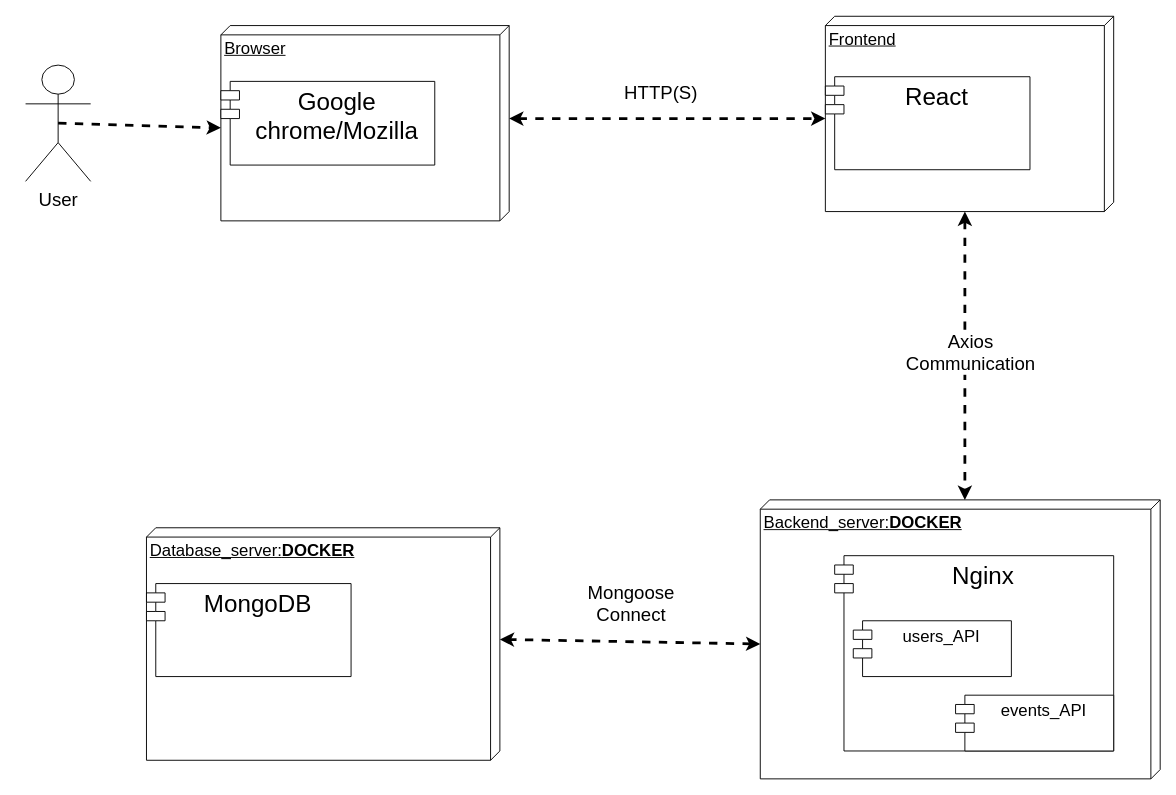
This is page "Comunicación" (2 of 6) of Diagramas/Diagramas.drawio from Gr4ykt/Proyecto-La-Pica-De-La-Isa, a draw.io file, before an edit. Source tidied: cells renumbered, new cells numbered last; positions are measured from the earlier drawing's top-left corner, leaving out a move shared by most shapes. Both pictures are drawn from the tidied source at 93%, with x=0, y=0 at pixel (25, 16).
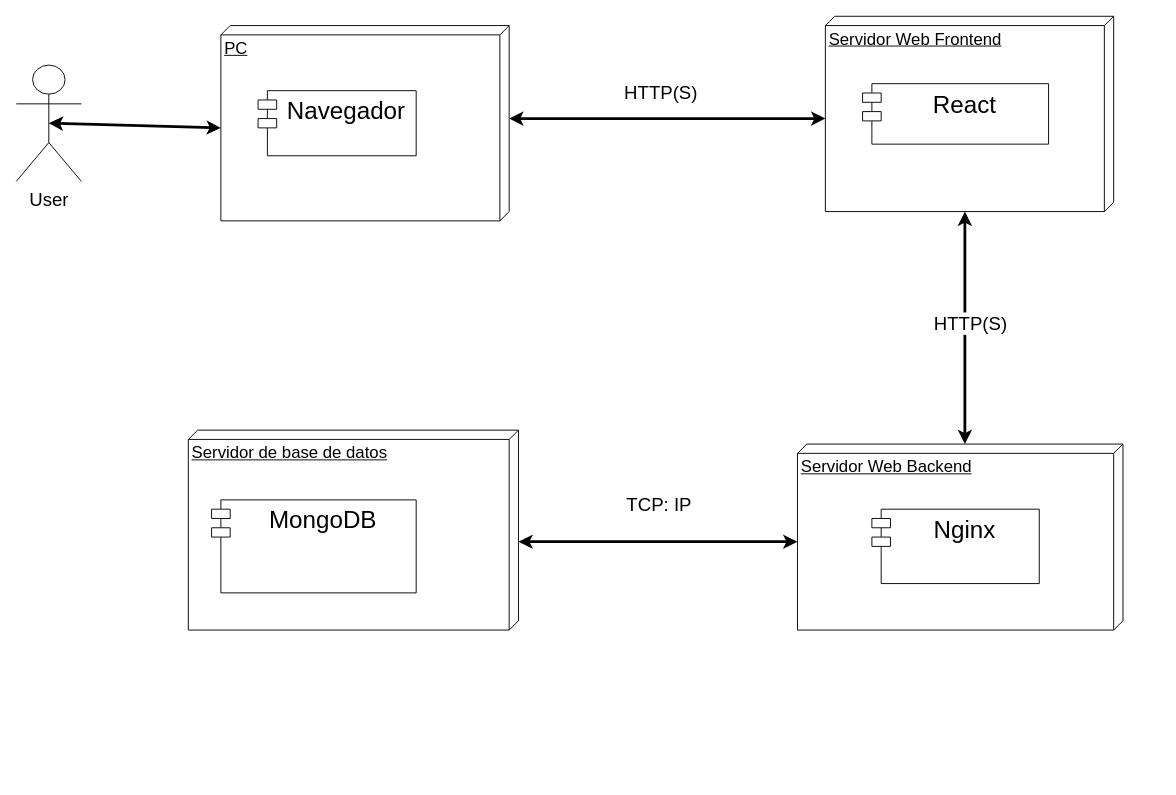
After the change.

Diff of the diagram source:
```diff
@@
     <mxCell id="2" value="&lt;font style=&quot;font-size: 20px;&quot;&gt;User&lt;/font&gt;" style="shape=umlActor;verticalLabelPosition=bottom;verticalAlign=top;html=1;" parent="1" vertex="1">
-      <mxGeometry y="52.5" width="70" height="125" as="geometry" />
+      <mxGeometry x="-10" y="52.5" width="70" height="125" as="geometry" />
     </mxCell>
-    <mxCell id="3" value="&lt;font style=&quot;font-size: 18px;&quot;&gt;Browser&lt;/font&gt;" style="verticalAlign=top;align=left;spacingTop=8;spacingLeft=2;spacingRight=12;shape=cube;size=10;direction=south;fontStyle=4;html=1;whiteSpace=wrap;" parent="1" vertex="1">
+    <mxCell id="3" value="&lt;font style=&quot;font-size: 18px;&quot;&gt;PC&lt;/font&gt;" style="verticalAlign=top;align=left;spacingTop=8;spacingLeft=2;spacingRight=12;shape=cube;size=10;direction=south;fontStyle=4;html=1;whiteSpace=wrap;" parent="1" vertex="1">
       <mxGeometry x="210" y="10" width="310" height="210" as="geometry" />
     </mxCell>
-    <mxCell id="4" value="&lt;font style=&quot;font-size: 18px;&quot;&gt;Backend_server:&lt;b&gt;DOCKER&lt;/b&gt;&lt;/font&gt;" style="verticalAlign=top;align=left;spacingTop=8;spacingLeft=2;spacingRight=12;shape=cube;size=10;direction=south;fontStyle=4;html=1;whiteSpace=wrap;" parent="1" vertex="1">
-      <mxGeometry x="790" y="520" width="430" height="300" as="geometry" />
+    <mxCell id="4" value="&lt;span style=&quot;font-size: 18px;&quot;&gt;Servidor Web Backend&lt;/span&gt;" style="verticalAlign=top;align=left;spacingTop=8;spacingLeft=2;spacingRight=12;shape=cube;size=10;direction=south;fontStyle=4;html=1;whiteSpace=wrap;" parent="1" vertex="1">
+      <mxGeometry x="830" y="460" width="350" height="200" as="geometry" />
     </mxCell>
-    <mxCell id="5" value="&lt;font style=&quot;font-size: 18px;&quot;&gt;Database_server:&lt;b&gt;DOCKER&lt;/b&gt;&lt;/font&gt;" style="verticalAlign=top;align=left;spacingTop=8;spacingLeft=2;spacingRight=12;shape=cube;size=10;direction=south;fontStyle=4;html=1;whiteSpace=wrap;" parent="1" vertex="1">
-      <mxGeometry x="130" y="550" width="380" height="250" as="geometry" />
+    <mxCell id="5" value="&lt;span style=&quot;font-size: 18px;&quot;&gt;Servidor de base de datos&lt;/span&gt;" style="verticalAlign=top;align=left;spacingTop=8;spacingLeft=2;spacingRight=12;shape=cube;size=10;direction=south;fontStyle=4;html=1;whiteSpace=wrap;" parent="1" vertex="1">
+      <mxGeometry x="175" y="445" width="355" height="215" as="geometry" />
     </mxCell>
-    <mxCell id="6" value="&lt;font style=&quot;font-size: 18px;&quot;&gt;Frontend&lt;/font&gt;" style="verticalAlign=top;align=left;spacingTop=8;spacingLeft=2;spacingRight=12;shape=cube;size=10;direction=south;fontStyle=4;html=1;whiteSpace=wrap;" parent="1" vertex="1">
+    <mxCell id="6" value="&lt;span style=&quot;font-size: 18px;&quot;&gt;Servidor Web Frontend&lt;/span&gt;" style="verticalAlign=top;align=left;spacingTop=8;spacingLeft=2;spacingRight=12;shape=cube;size=10;direction=south;fontStyle=4;html=1;whiteSpace=wrap;" parent="1" vertex="1">
       <mxGeometry x="860" width="310" height="210" as="geometry" />
     </mxCell>
     <mxCell id="7" value="&lt;font style=&quot;color: light-dark(rgb(0, 0, 0), rgb(0, 0, 0)); font-size: 26px;&quot;&gt;Nginx&lt;/font&gt;" style="shape=module;align=left;spacingLeft=20;align=center;verticalAlign=top;whiteSpace=wrap;html=1;fillColor=light-dark(#FFFFFF, #b36184);" parent="1" vertex="1">
-      <mxGeometry x="870" y="580" width="300" height="210" as="geometry" />
+      <mxGeometry x="910" y="530" width="180" height="80" as="geometry" />
     </mxCell>
-    <mxCell id="8" style="edgeStyle=none;html=1;exitX=0;exitY=0;exitDx=155;exitDy=430;exitPerimeter=0;entryX=0;entryY=0;entryDx=120;entryDy=0;entryPerimeter=0;startArrow=classic;startFill=1;strokeWidth=3;dashed=1;" parent="1" edge="1" source="4" target="5">
+    <mxCell id="8" style="edgeStyle=none;html=1;exitX=0;exitY=0;exitDx=105;exitDy=350;exitPerimeter=0;entryX=0;entryY=0;entryDx=120;entryDy=0;entryPerimeter=0;startArrow=classic;startFill=1;strokeWidth=3;" parent="1" edge="1" source="4" target="5">
       <mxGeometry relative="1" as="geometry" />
     </mxCell>
-    <mxCell id="9" value="&lt;font style=&quot;font-size: 20px;&quot;&gt;Mongoose&lt;/font&gt;&lt;div&gt;&lt;font style=&quot;font-size: 20px;&quot;&gt;Connect&lt;/font&gt;&lt;/div&gt;" style="edgeLabel;html=1;align=center;verticalAlign=middle;" parent="8" vertex="1">
+    <mxCell id="9" value="&lt;span style=&quot;font-size: 20px;&quot;&gt;TCP: IP&lt;/span&gt;" style="edgeLabel;html=1;align=center;verticalAlign=middle;" parent="8" vertex="1">
       <mxGeometry x="0.04" y="-7" relative="1" as="geometry">
         <mxPoint x="6" y="-35" as="offset" />
       </mxGeometry>
     </mxCell>
-    <mxCell id="10" style="edgeStyle=none;html=1;exitX=0.5;exitY=0.5;exitDx=0;exitDy=0;exitPerimeter=0;entryX=0;entryY=0;entryDx=110;entryDy=310;entryPerimeter=0;strokeWidth=3;dashed=1;" parent="1" edge="1" source="2" target="3">
+    <mxCell id="10" style="edgeStyle=none;html=1;exitX=0.5;exitY=0.5;exitDx=0;exitDy=0;exitPerimeter=0;entryX=0;entryY=0;entryDx=110;entryDy=310;entryPerimeter=0;strokeWidth=3;startArrow=classic;startFill=1;" parent="1" edge="1" source="2" target="3">
       <mxGeometry relative="1" as="geometry" />
     </mxCell>
-    <mxCell id="11" style="edgeStyle=none;html=1;exitX=0;exitY=0;exitDx=100;exitDy=0;exitPerimeter=0;entryX=0;entryY=0;entryDx=110;entryDy=310;entryPerimeter=0;strokeWidth=3;dashed=1;startArrow=classic;startFill=1;" parent="1" edge="1" source="3" target="6">
+    <mxCell id="11" style="edgeStyle=none;html=1;exitX=0;exitY=0;exitDx=100;exitDy=0;exitPerimeter=0;entryX=0;entryY=0;entryDx=110;entryDy=310;entryPerimeter=0;strokeWidth=3;startArrow=classic;startFill=1;" parent="1" edge="1" source="3" target="6">
       <mxGeometry relative="1" as="geometry" />
     </mxCell>
@@
-    <mxCell id="13" value="&lt;span style=&quot;font-size: 18px;&quot;&gt;users_API&lt;/span&gt;" style="shape=module;align=left;spacingLeft=20;align=center;verticalAlign=top;whiteSpace=wrap;html=1;" parent="1" vertex="1">
-      <mxGeometry x="890" y="650" width="170" height="60" as="geometry" />
-    </mxCell>
-    <mxCell id="14" value="&lt;span style=&quot;font-size: 18px;&quot;&gt;events_API&lt;/span&gt;" style="shape=module;align=left;spacingLeft=20;align=center;verticalAlign=top;whiteSpace=wrap;html=1;" parent="1" vertex="1">
-      <mxGeometry x="1000" y="730" width="170" height="60" as="geometry" />
-    </mxCell>
-    <mxCell id="15" style="edgeStyle=none;html=1;exitX=0;exitY=0;exitDx=210;exitDy=160;exitPerimeter=0;entryX=0;entryY=0;entryDx=0;entryDy=210;entryPerimeter=0;strokeWidth=3;dashed=1;startArrow=classic;startFill=1;" parent="1" edge="1" source="6" target="4">
+    <mxCell id="15" style="edgeStyle=none;html=1;exitX=0;exitY=0;exitDx=210;exitDy=160;exitPerimeter=0;entryX=0;entryY=0;entryDx=0;entryDy=170;entryPerimeter=0;strokeWidth=3;startArrow=classic;startFill=1;" parent="1" edge="1" source="6" target="4">
       <mxGeometry relative="1" as="geometry" />
     </mxCell>
-    <mxCell id="16" value="&lt;font style=&quot;font-size: 20px;&quot;&gt;Axios&lt;/font&gt;&lt;div&gt;&lt;span style=&quot;font-size: 20px;&quot;&gt;Communication&lt;/span&gt;&lt;/div&gt;" style="edgeLabel;html=1;align=center;verticalAlign=middle;" parent="15" vertex="1">
+    <mxCell id="16" value="&lt;span style=&quot;font-size: 20px;&quot;&gt;HTTP(S)&lt;/span&gt;" style="edgeLabel;html=1;align=center;verticalAlign=middle;" parent="15" vertex="1">
       <mxGeometry x="0.04" relative="1" as="geometry">
         <mxPoint x="5" y="-11" as="offset" />
       </mxGeometry>
     </mxCell>
     <mxCell id="17" value="&lt;font style=&quot;color: light-dark(rgb(0, 0, 0), rgb(0, 0, 0)); font-size: 26px;&quot;&gt;MongoDB&lt;/font&gt;" style="shape=module;align=left;spacingLeft=20;align=center;verticalAlign=top;whiteSpace=wrap;html=1;fillColor=light-dark(#FFFFFF, #b36184);" parent="1" vertex="1">
-      <mxGeometry x="130" y="610" width="220" height="100" as="geometry" />
+      <mxGeometry x="200" y="520" width="220" height="100" as="geometry" />
     </mxCell>
-    <mxCell id="18" value="&lt;font style=&quot;color: light-dark(rgb(0, 0, 0), rgb(0, 0, 0)); font-size: 26px;&quot;&gt;Google chrome/Mozilla&lt;br&gt;&lt;/font&gt;" style="shape=module;align=left;spacingLeft=20;align=center;verticalAlign=top;whiteSpace=wrap;html=1;fillColor=light-dark(#FFFFFF, #b36184);" parent="1" vertex="1">
-      <mxGeometry x="210" y="70" width="230" height="90" as="geometry" />
+    <mxCell id="18" value="&lt;font style=&quot;color: light-dark(rgb(0, 0, 0), rgb(0, 0, 0)); font-size: 26px;&quot;&gt;Navegador&lt;br&gt;&lt;/font&gt;" style="shape=module;align=left;spacingLeft=20;align=center;verticalAlign=top;whiteSpace=wrap;html=1;fillColor=light-dark(#FFFFFF, #b36184);" parent="1" vertex="1">
+      <mxGeometry x="250" y="80" width="170" height="70" as="geometry" />
     </mxCell>
     <mxCell id="19" value="&lt;font style=&quot;color: light-dark(rgb(0, 0, 0), rgb(0, 0, 0)); font-size: 26px;&quot;&gt;React&lt;/font&gt;" style="shape=module;align=left;spacingLeft=20;align=center;verticalAlign=top;whiteSpace=wrap;html=1;fillColor=light-dark(#FFFFFF, #b36184);" parent="1" vertex="1">
-      <mxGeometry x="860" y="65" width="220" height="100" as="geometry" />
+      <mxGeometry x="900" y="72.5" width="200" height="65" as="geometry" />
     </mxCell>
```
